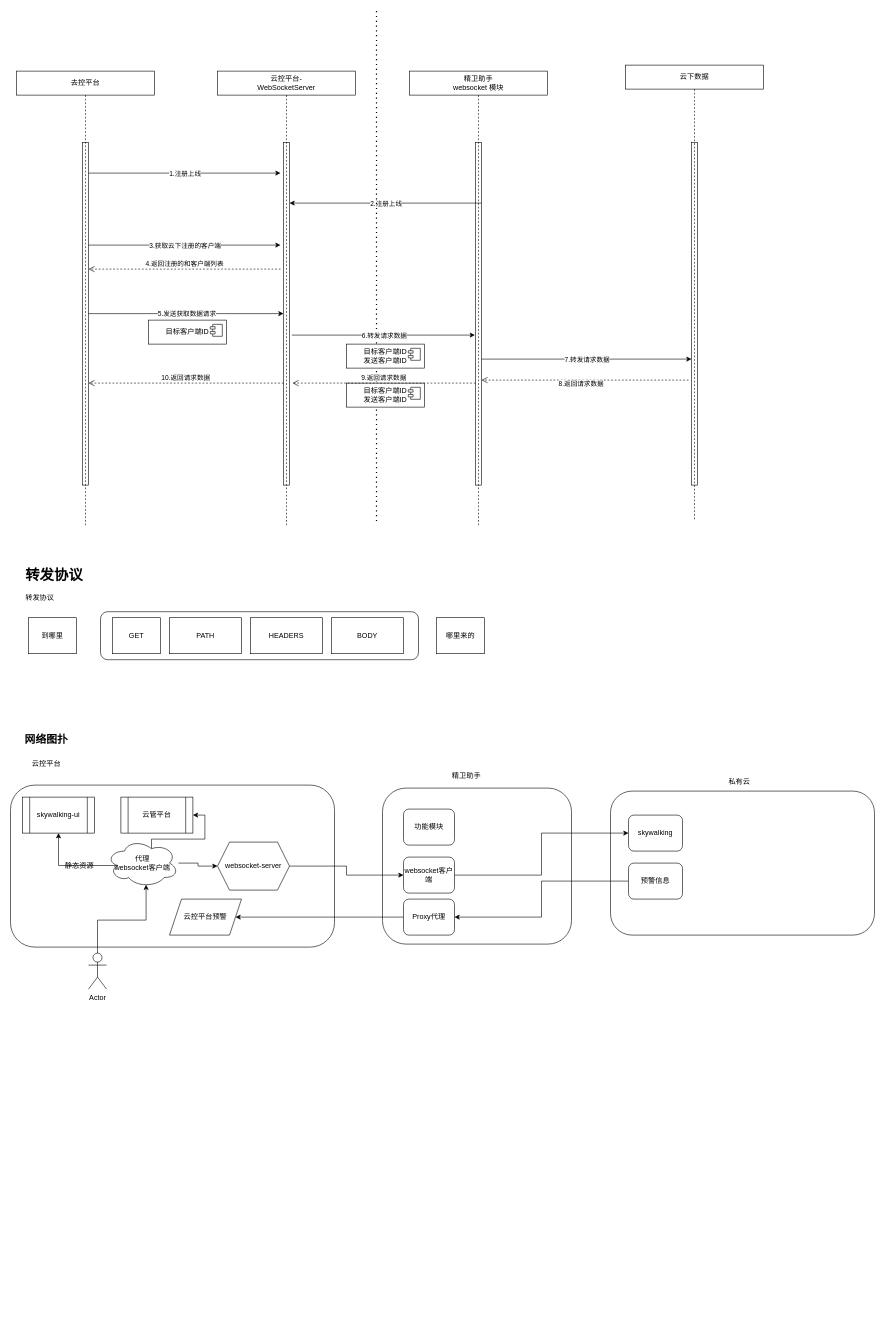
Above: 云控平台.drawio in Snuger/draw (draw.io), before the change. Source tidied: cells renumbered, new cells numbered last; positions are measured from the earlier drawing's top-left corner, leaving out a move shared by most shapes. Both pictures are drawn from the tidied source at 60%, with x=0, y=0 at pixel (10, 11).
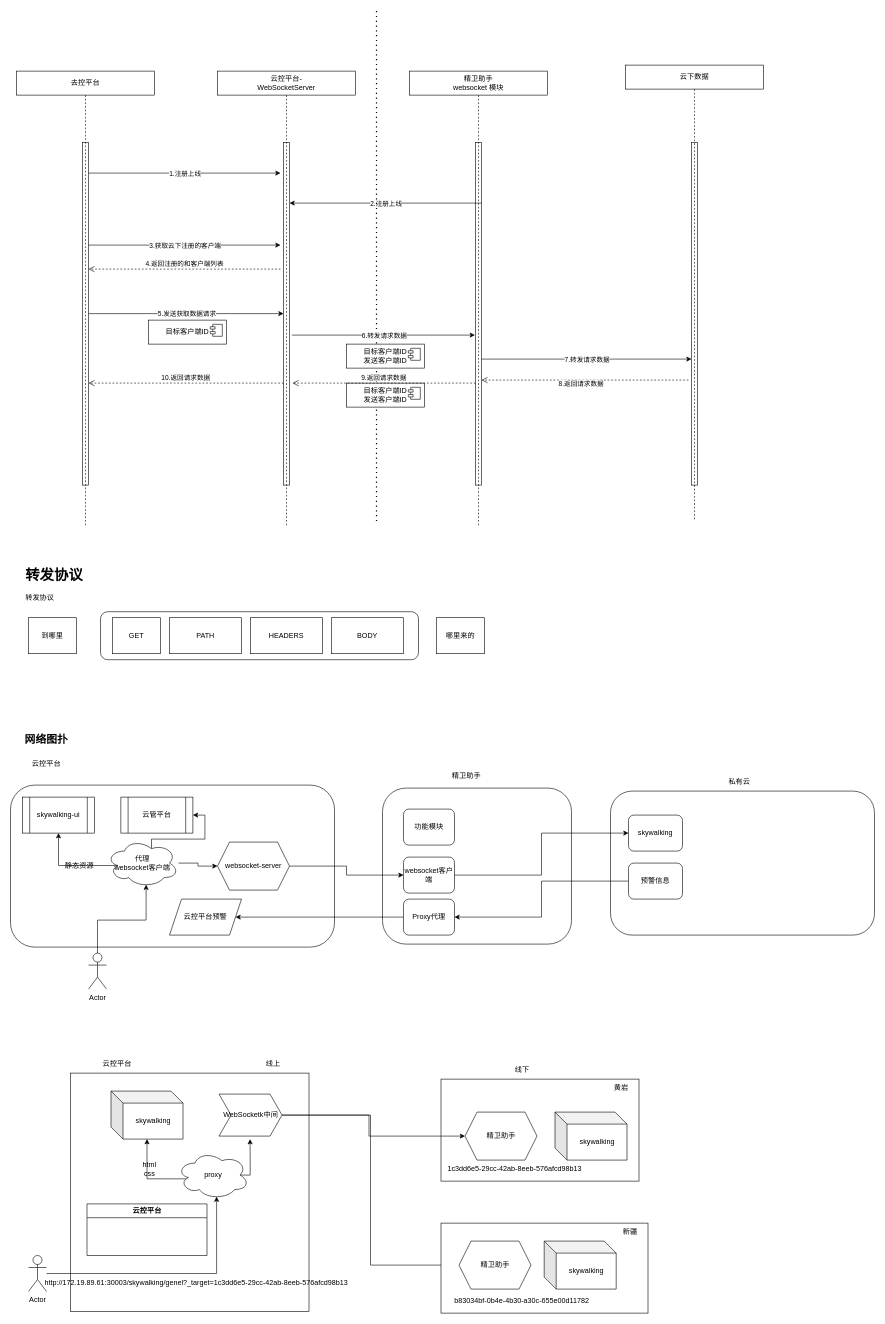
The same page after the edit.

Commit message:
更新云控平台.drawio

What changed in the source:
```diff
@@
+    <mxCell id="68" style="rounded=0;whiteSpace=wrap;html=1;" parent="1" vertex="1">
+      <mxGeometry x="717.5" y="1780" width="330" height="170" as="geometry" />
+    </mxCell>
@@
+    <mxCell id="69" style="whiteSpace=wrap;html=1;" parent="1" vertex="1">
+      <mxGeometry x="100" y="1770" width="397.5" height="397.5" as="geometry" />
+    </mxCell>
+    <mxCell id="70" value="skywalking" style="shape=cube;whiteSpace=wrap;html=1;boundedLbl=1;backgroundOutline=1;darkOpacity=0.05;darkOpacity2=0.1;" parent="1" vertex="1">
+      <mxGeometry x="167.5" y="1800" width="120" height="80" as="geometry" />
+    </mxCell>
+    <mxCell id="71" style="edgeStyle=orthogonalEdgeStyle;rounded=0;jettySize=auto;html=1;exitX=0.172;exitY=0.578;exitDx=0;exitDy=0;exitPerimeter=0;" parent="1" edge="1" source="73" target="70">
+      <mxGeometry relative="1" as="geometry">
+        <Array as="points">
+          <mxPoint x="227.5" y="1946" />
+        </Array>
+      </mxGeometry>
+    </mxCell>
+    <mxCell id="72" style="edgeStyle=orthogonalEdgeStyle;rounded=0;jettySize=auto;html=1;entryX=0.493;entryY=1.073;entryDx=0;entryDy=0;entryPerimeter=0;exitX=0.875;exitY=0.5;exitDx=0;exitDy=0;exitPerimeter=0;" parent="1" edge="1" source="73" target="83">
+      <mxGeometry relative="1" as="geometry">
+        <Array as="points">
+          <mxPoint x="399.5" y="1940" />
+          <mxPoint x="399.5" y="1910" />
+        </Array>
+      </mxGeometry>
+    </mxCell>
+    <mxCell id="73" value="proxy" style="ellipse;shape=cloud;whiteSpace=wrap;html=1;" parent="1" vertex="1">
+      <mxGeometry x="277.5" y="1900" width="120" height="80" as="geometry" />
+    </mxCell>
+    <mxCell id="74" value="线上" style="text;html=1;strokeColor=none;fillColor=none;align=center;verticalAlign=middle;whiteSpace=wrap;rounded=0;" parent="1" vertex="1">
+      <mxGeometry x="407.5" y="1740" width="60" height="30" as="geometry" />
+    </mxCell>
+    <mxCell id="75" value="线下" style="text;html=1;strokeColor=none;fillColor=none;align=center;verticalAlign=middle;whiteSpace=wrap;rounded=0;" parent="1" vertex="1">
+      <mxGeometry x="822.5" y="1750" width="60" height="30" as="geometry" />
+    </mxCell>
+    <mxCell id="76" value="Actor" style="shape=umlActor;verticalLabelPosition=bottom;verticalAlign=top;html=1;outlineConnect=0;" parent="1" vertex="1">
+      <mxGeometry x="30" y="2074" width="30" height="60" as="geometry" />
+    </mxCell>
+    <mxCell id="77" style="edgeStyle=orthogonalEdgeStyle;rounded=0;jettySize=auto;html=1;entryX=0.55;entryY=0.95;entryDx=0;entryDy=0;entryPerimeter=0;" parent="1" edge="1" source="76" target="73">
+      <mxGeometry relative="1" as="geometry" />
+    </mxCell>
+    <mxCell id="78" value="http://172.19.89.61:30003/skywalking/genel?_target=1c3dd6e5-29cc-42ab-8eeb-576afcd98b13" style="text;html=1;strokeColor=none;fillColor=none;align=center;verticalAlign=middle;whiteSpace=wrap;rounded=0;" parent="1" vertex="1">
+      <mxGeometry x="35" y="2104" width="550" height="30" as="geometry" />
+    </mxCell>
+    <mxCell id="79" value="html&lt;br&gt;css" style="text;html=1;strokeColor=none;fillColor=none;align=center;verticalAlign=middle;whiteSpace=wrap;rounded=0;" parent="1" vertex="1">
+      <mxGeometry x="201.5" y="1915" width="60" height="30" as="geometry" />
+    </mxCell>
+    <mxCell id="80" value="skywalking" style="shape=cube;whiteSpace=wrap;html=1;boundedLbl=1;backgroundOutline=1;darkOpacity=0.05;darkOpacity2=0.1;" parent="1" vertex="1">
+      <mxGeometry x="907.5" y="1835" width="120" height="80" as="geometry" />
+    </mxCell>
+    <mxCell id="81" style="edgeStyle=orthogonalEdgeStyle;rounded=0;jettySize=auto;html=1;" parent="1" edge="1" source="83" target="91">
+      <mxGeometry relative="1" as="geometry">
+        <Array as="points">
+          <mxPoint x="597.5" y="1840" />
+          <mxPoint x="597.5" y="1875" />
+        </Array>
+      </mxGeometry>
+    </mxCell>
+    <mxCell id="82" style="edgeStyle=orthogonalEdgeStyle;rounded=0;jettySize=auto;html=1;entryX=0;entryY=0.5;entryDx=0;entryDy=0;" parent="1" edge="1" source="83" target="92">
+      <mxGeometry relative="1" as="geometry" />
+    </mxCell>
+    <mxCell id="83" value="WebSocketk中间" style="shape=step;perimeter=stepPerimeter;whiteSpace=wrap;html=1;fixedSize=1;" parent="1" vertex="1">
+      <mxGeometry x="347.5" y="1805" width="105" height="70" as="geometry" />
+    </mxCell>
+    <mxCell id="84" value="云控平台" style="text;html=1;strokeColor=none;fillColor=none;align=center;verticalAlign=middle;whiteSpace=wrap;rounded=0;" parent="1" vertex="1">
+      <mxGeometry x="147.5" y="1740" width="60" height="30" as="geometry" />
+    </mxCell>
+    <mxCell id="85" style="rounded=0;whiteSpace=wrap;html=1;" parent="1" vertex="1">
+      <mxGeometry x="717.5" y="2020" width="345" height="150" as="geometry" />
+    </mxCell>
+    <mxCell id="86" value="skywalking" style="shape=cube;whiteSpace=wrap;html=1;boundedLbl=1;backgroundOutline=1;darkOpacity=0.05;darkOpacity2=0.1;" parent="1" vertex="1">
+      <mxGeometry x="889.5" y="2050" width="120" height="80" as="geometry" />
+    </mxCell>
+    <mxCell id="87" value="黄岩" style="text;html=1;strokeColor=none;fillColor=none;align=center;verticalAlign=middle;whiteSpace=wrap;rounded=0;" parent="1" vertex="1">
+      <mxGeometry x="987.5" y="1780" width="60" height="30" as="geometry" />
+    </mxCell>
+    <mxCell id="88" value="新疆" style="text;html=1;strokeColor=none;fillColor=none;align=center;verticalAlign=middle;whiteSpace=wrap;rounded=0;" parent="1" vertex="1">
+      <mxGeometry x="1002.5" y="2020" width="60" height="30" as="geometry" />
+    </mxCell>
+    <mxCell id="89" value="1c3dd6e5-29cc-42ab-8eeb-576afcd98b13" style="text;html=1;strokeColor=none;fillColor=none;align=center;verticalAlign=middle;whiteSpace=wrap;rounded=0;" parent="1" vertex="1">
+      <mxGeometry x="692.5" y="1915" width="295" height="30" as="geometry" />
+    </mxCell>
+    <mxCell id="90" value="b83034bf-0b4e-4b30-a30c-655e00d11782" style="text;html=1;strokeColor=none;fillColor=none;align=center;verticalAlign=middle;whiteSpace=wrap;rounded=0;" parent="1" vertex="1">
+      <mxGeometry x="704.5" y="2134" width="295" height="30" as="geometry" />
+    </mxCell>
+    <mxCell id="91" value="精卫助手" style="shape=hexagon;perimeter=hexagonPerimeter2;whiteSpace=wrap;html=1;fixedSize=1;" parent="1" vertex="1">
+      <mxGeometry x="757.5" y="1835" width="120" height="80" as="geometry" />
+    </mxCell>
+    <mxCell id="92" value="精卫助手" style="shape=hexagon;perimeter=hexagonPerimeter2;whiteSpace=wrap;html=1;fixedSize=1;" parent="1" vertex="1">
+      <mxGeometry x="747.5" y="2050" width="120" height="80" as="geometry" />
+    </mxCell>
+    <mxCell id="93" value="云控平台" style="swimlane;whiteSpace=wrap;html=1;fillColor=#FFFFFF;" parent="1" vertex="1">
+      <mxGeometry x="127.5" y="1988" width="200" height="86" as="geometry" />
+    </mxCell>
```
